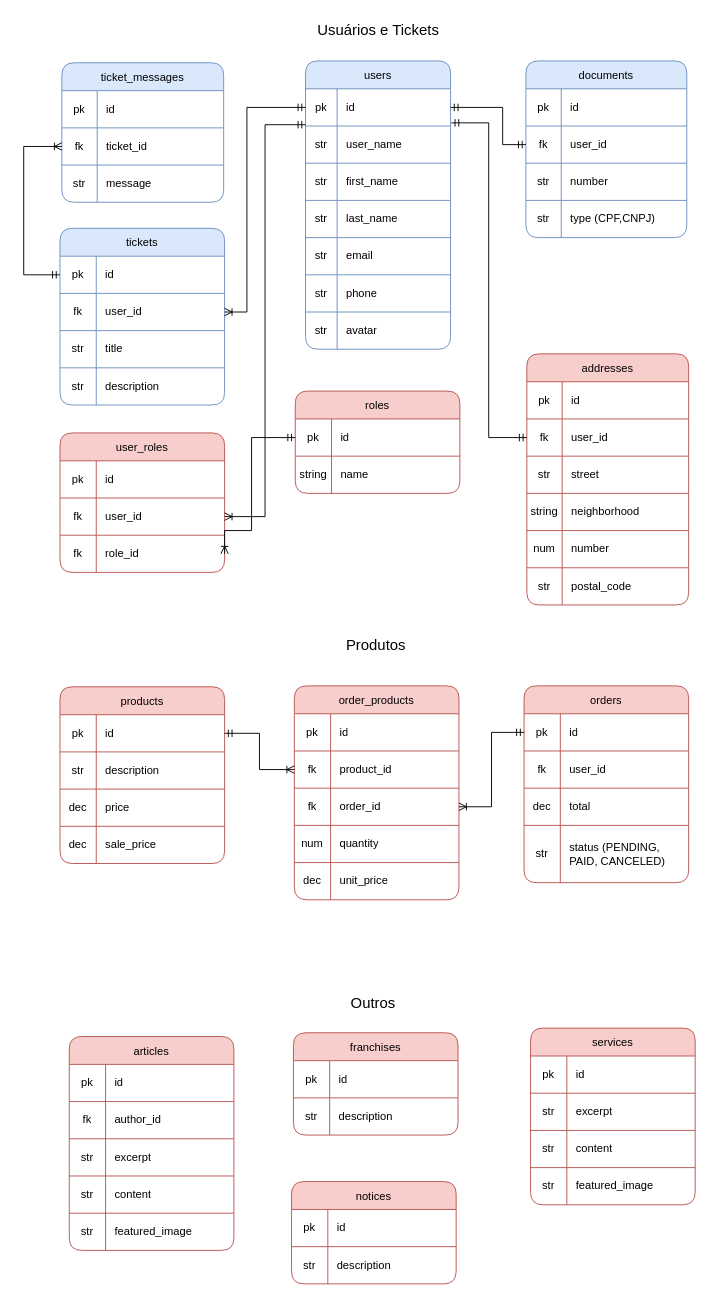
This is fstop-database.drawio from tonnysantana2004/fstop, a draw.io file, before an edit. Source tidied: cells renumbered, new cells numbered last; positions are measured from the earlier drawing's top-left corner, leaving out a move shared by most shapes. Both pictures are drawn from the tidied source at 93%, with x=0, y=0 at pixel (23, 16).
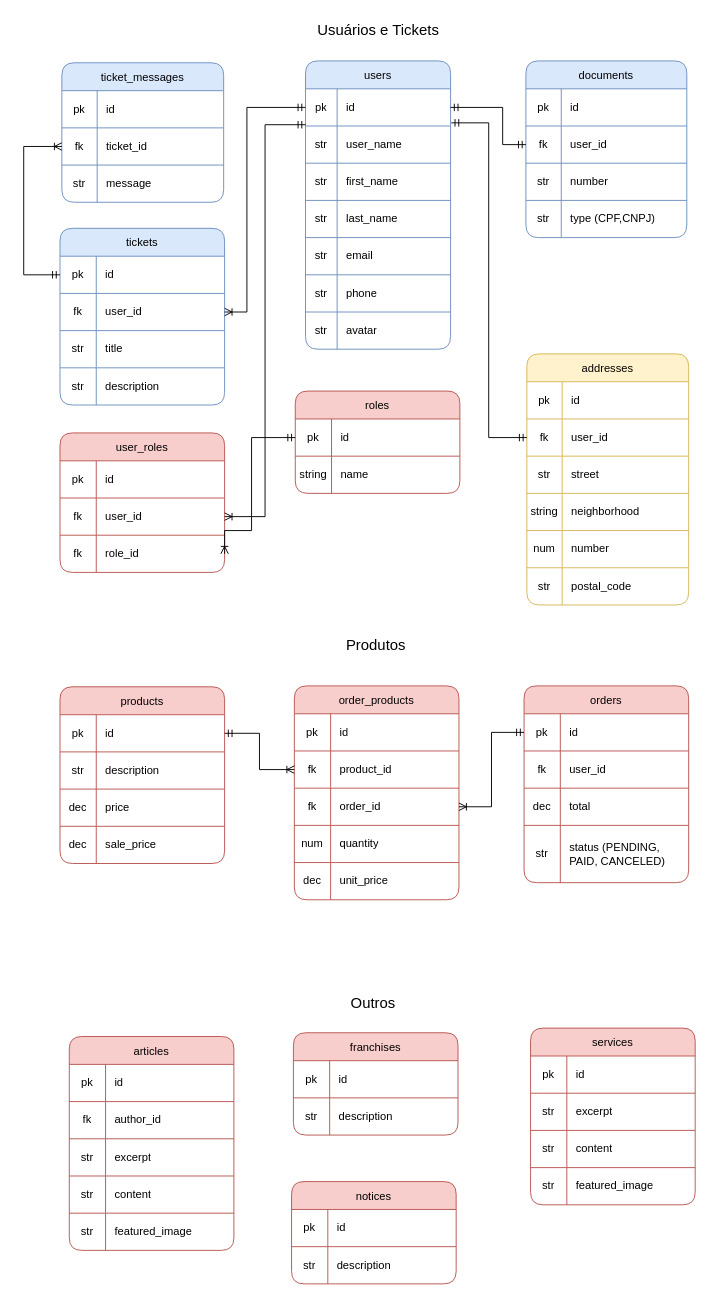
Above is the later version.

What changed in the source:
```diff
@@
-    <mxCell id="37" value="addresses" style="shape=table;startSize=30;childLayout=tableLayout;rounded=1;fillColor=#f8cecc;strokeColor=#b85450;" parent="1" vertex="1">
+    <mxCell id="37" value="addresses" style="shape=table;startSize=30;childLayout=tableLayout;rounded=1;fillColor=#fff2cc;strokeColor=#d6b656;" parent="1" vertex="1">
       <mxGeometry x="541" y="363" width="174" height="270" as="geometry" />
     </mxCell>
```
